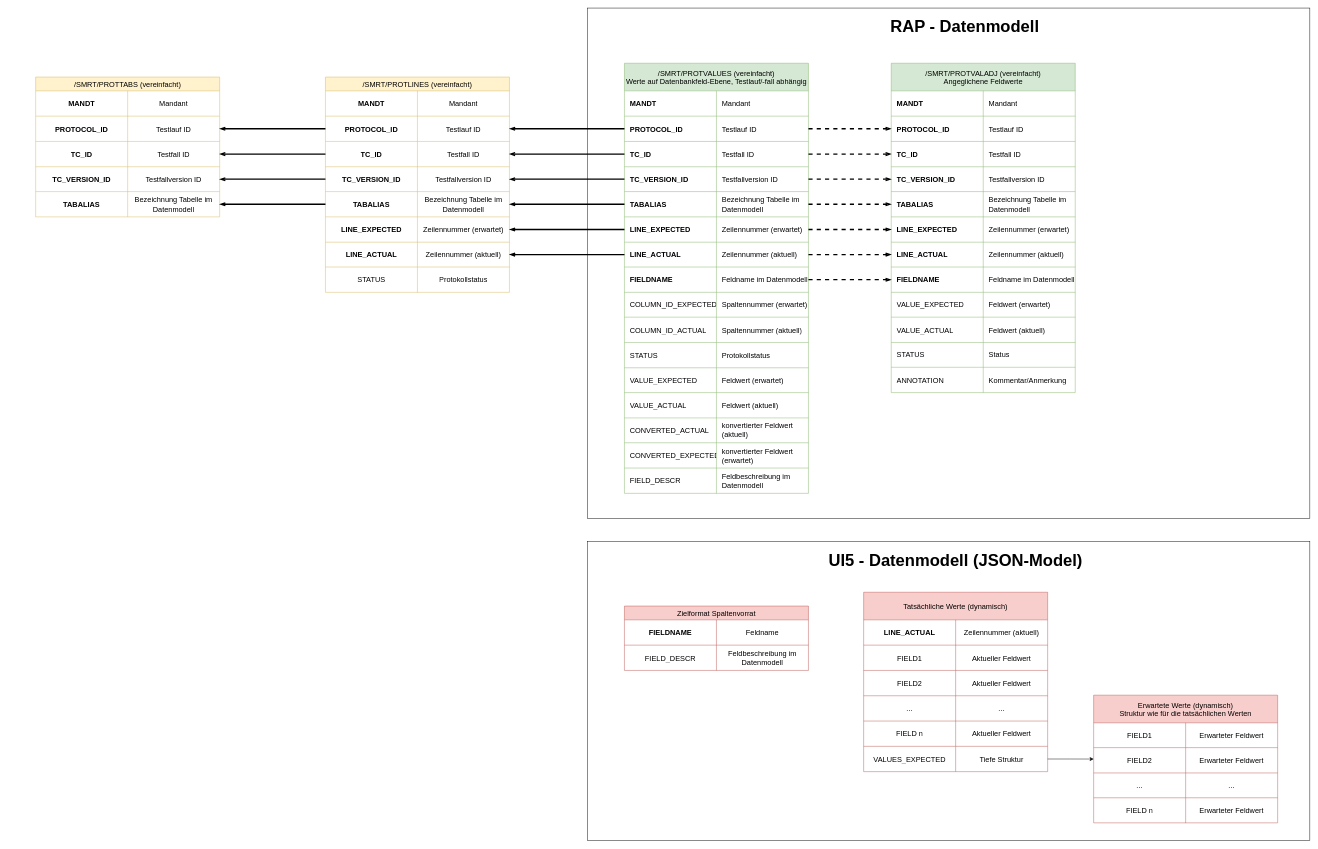
This is Strukturierte Ansicht DatenModell.drawio from Raaphaaa/UI5-Playground, a draw.io file, before an edit. Source tidied: cells renumbered, new cells numbered last; positions are measured from the earlier drawing's top-left corner, leaving out a move shared by most shapes. Both pictures are drawn from the tidied source at 46%, with x=0, y=0 at pixel (35, 8).
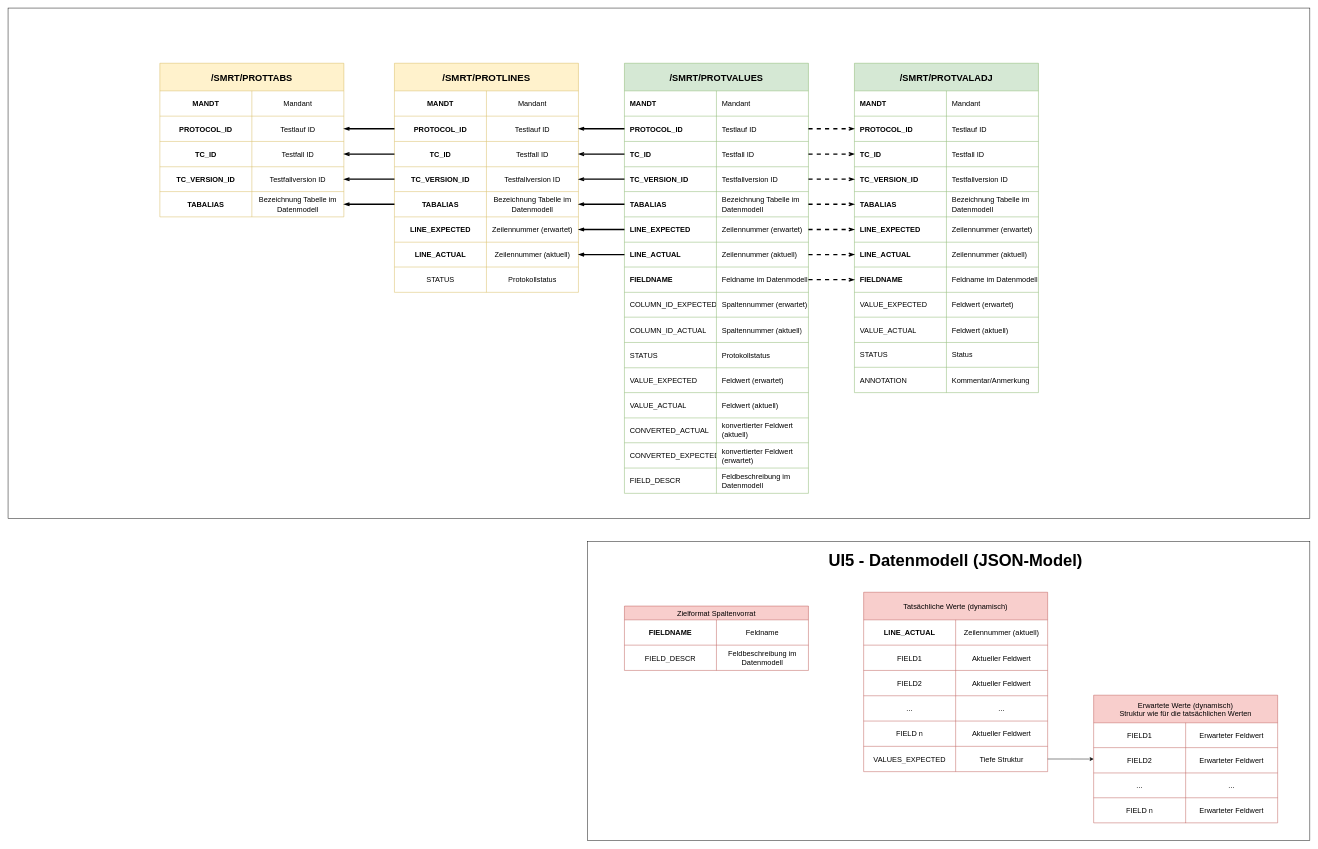
The same diagram, later.

Change to the diagram source:
```diff
@@
     <mxCell id="2" style="rounded=0;whiteSpace=wrap;html=1;" parent="1" vertex="1">
-      <mxGeometry x="1200" width="1570" height="1110" as="geometry" />
+      <mxGeometry x="-60" width="2830" height="1110" as="geometry" />
     </mxCell>
@@
-    <mxCell id="4" value="/SMRT/PROTVALUES (vereinfacht)&#10;Werte auf Datenbankfeld-Ebene, Testlauf/-fall abhängig" style="shape=table;startSize=60;childLayout=tableLayout;strokeColor=#82b366;fontSize=16;fillColor=#d5e8d4;" parent="1" vertex="1">
+    <mxCell id="4" value="/SMRT/PROTVALUES" style="shape=table;startSize=60;childLayout=tableLayout;strokeColor=#82b366;fontSize=20;fillColor=#d5e8d4;fontStyle=1;" parent="1" vertex="1">
       <mxGeometry x="1280" y="120" width="400" height="935" as="geometry" />
     </mxCell>
@@
-    <mxCell id="53" value="/SMRT/PROTLINES (vereinfacht)" style="shape=table;startSize=30;childLayout=tableLayout;strokeColor=#d6b656;fontSize=16;fillColor=#fff2cc;" parent="1" vertex="1">
-      <mxGeometry x="630" y="150" width="400" height="468" as="geometry" />
+    <mxCell id="53" value="/SMRT/PROTLINES" style="shape=table;startSize=60;childLayout=tableLayout;strokeColor=#d6b656;fontSize=21;fillColor=#fff2cc;fontStyle=1;" parent="1" vertex="1">
+      <mxGeometry x="780" y="120" width="400" height="498" as="geometry" />
     </mxCell>
     <mxCell id="54" style="shape=tableRow;horizontal=0;startSize=0;swimlaneHead=0;swimlaneBody=0;strokeColor=inherit;top=0;left=0;bottom=0;right=0;fillColor=none;fontSize=16;" parent="53" vertex="1">
-      <mxGeometry y="30" width="400" height="55" as="geometry" />
+      <mxGeometry y="60" width="400" height="55" as="geometry" />
     </mxCell>
@@
     <mxCell id="57" style="shape=tableRow;horizontal=0;startSize=0;swimlaneHead=0;swimlaneBody=0;strokeColor=inherit;top=0;left=0;bottom=0;right=0;fillColor=none;points=[[0,0.5],[1,0.5]];portConstraint=eastwest;fontSize=16;" parent="53" vertex="1">
-      <mxGeometry y="85" width="400" height="55" as="geometry" />
+      <mxGeometry y="115" width="400" height="55" as="geometry" />
     </mxCell>
@@
     <mxCell id="60" style="shape=tableRow;horizontal=0;startSize=0;swimlaneHead=0;swimlaneBody=0;strokeColor=inherit;top=0;left=0;bottom=0;right=0;fillColor=none;points=[[0,0.5],[1,0.5]];portConstraint=eastwest;fontSize=16;" parent="53" vertex="1">
-      <mxGeometry y="140" width="400" height="55" as="geometry" />
+      <mxGeometry y="170" width="400" height="55" as="geometry" />
     </mxCell>
@@
     <mxCell id="63" style="shape=tableRow;horizontal=0;startSize=0;swimlaneHead=0;swimlaneBody=0;strokeColor=inherit;top=0;left=0;bottom=0;right=0;fillColor=none;points=[[0,0.5],[1,0.5]];portConstraint=eastwest;fontSize=16;" parent="53" vertex="1">
-      <mxGeometry y="195" width="400" height="54" as="geometry" />
+      <mxGeometry y="225" width="400" height="54" as="geometry" />
     </mxCell>
@@
     <mxCell id="66" style="shape=tableRow;horizontal=0;startSize=0;swimlaneHead=0;swimlaneBody=0;strokeColor=inherit;top=0;left=0;bottom=0;right=0;fillColor=none;points=[[0,0.5],[1,0.5]];portConstraint=eastwest;fontSize=16;" parent="53" vertex="1">
-      <mxGeometry y="249" width="400" height="55" as="geometry" />
+      <mxGeometry y="279" width="400" height="55" as="geometry" />
     </mxCell>
@@
     <mxCell id="69" style="shape=tableRow;horizontal=0;startSize=0;swimlaneHead=0;swimlaneBody=0;strokeColor=inherit;top=0;left=0;bottom=0;right=0;fillColor=none;points=[[0,0.5],[1,0.5]];portConstraint=eastwest;fontSize=16;" parent="53" vertex="1">
-      <mxGeometry y="304" width="400" height="55" as="geometry" />
+      <mxGeometry y="334" width="400" height="55" as="geometry" />
     </mxCell>
@@
     <mxCell id="72" style="shape=tableRow;horizontal=0;startSize=0;swimlaneHead=0;swimlaneBody=0;strokeColor=inherit;top=0;left=0;bottom=0;right=0;fillColor=none;points=[[0,0.5],[1,0.5]];portConstraint=eastwest;fontSize=16;" parent="53" vertex="1">
-      <mxGeometry y="359" width="400" height="54" as="geometry" />
+      <mxGeometry y="389" width="400" height="54" as="geometry" />
     </mxCell>
@@
     <mxCell id="75" style="shape=tableRow;horizontal=0;startSize=0;swimlaneHead=0;swimlaneBody=0;strokeColor=inherit;top=0;left=0;bottom=0;right=0;fillColor=none;fontSize=16;" parent="53" vertex="1">
-      <mxGeometry y="413" width="400" height="55" as="geometry" />
+      <mxGeometry y="443" width="400" height="55" as="geometry" />
     </mxCell>
@@
-    <mxCell id="84" value="/SMRT/PROTTABS (vereinfacht)" style="shape=table;startSize=30;childLayout=tableLayout;strokeColor=#d6b656;fontSize=16;fillColor=#fff2cc;" parent="1" vertex="1">
-      <mxGeometry y="150" width="400" height="304" as="geometry" />
+    <mxCell id="84" value="/SMRT/PROTTABS" style="shape=table;startSize=60;childLayout=tableLayout;strokeColor=#d6b656;fontSize=20;fillColor=#fff2cc;fontStyle=1;" parent="1" vertex="1">
+      <mxGeometry x="270" y="120" width="400" height="334" as="geometry" />
     </mxCell>
     <mxCell id="85" style="shape=tableRow;horizontal=0;startSize=0;swimlaneHead=0;swimlaneBody=0;strokeColor=inherit;top=0;left=0;bottom=0;right=0;fillColor=none;fontSize=16;" parent="84" vertex="1">
-      <mxGeometry y="30" width="400" height="55" as="geometry" />
+      <mxGeometry y="60" width="400" height="55" as="geometry" />
     </mxCell>
@@
     <mxCell id="88" style="shape=tableRow;horizontal=0;startSize=0;swimlaneHead=0;swimlaneBody=0;strokeColor=inherit;top=0;left=0;bottom=0;right=0;fillColor=none;points=[[0,0.5],[1,0.5]];portConstraint=eastwest;fontSize=16;" parent="84" vertex="1">
-      <mxGeometry y="85" width="400" height="55" as="geometry" />
+      <mxGeometry y="115" width="400" height="55" as="geometry" />
     </mxCell>
@@
     <mxCell id="91" style="shape=tableRow;horizontal=0;startSize=0;swimlaneHead=0;swimlaneBody=0;strokeColor=inherit;top=0;left=0;bottom=0;right=0;fillColor=none;points=[[0,0.5],[1,0.5]];portConstraint=eastwest;fontSize=16;" parent="84" vertex="1">
-      <mxGeometry y="140" width="400" height="55" as="geometry" />
+      <mxGeometry y="170" width="400" height="55" as="geometry" />
     </mxCell>
@@
     <mxCell id="94" style="shape=tableRow;horizontal=0;startSize=0;swimlaneHead=0;swimlaneBody=0;strokeColor=inherit;top=0;left=0;bottom=0;right=0;fillColor=none;points=[[0,0.5],[1,0.5]];portConstraint=eastwest;fontSize=16;" parent="84" vertex="1">
-      <mxGeometry y="195" width="400" height="54" as="geometry" />
+      <mxGeometry y="225" width="400" height="54" as="geometry" />
     </mxCell>
@@
     <mxCell id="97" style="shape=tableRow;horizontal=0;startSize=0;swimlaneHead=0;swimlaneBody=0;strokeColor=inherit;top=0;left=0;bottom=0;right=0;fillColor=none;points=[[0,0.5],[1,0.5]];portConstraint=eastwest;fontSize=16;" parent="84" vertex="1">
-      <mxGeometry y="249" width="400" height="55" as="geometry" />
+      <mxGeometry y="279" width="400" height="55" as="geometry" />
     </mxCell>
@@
-    <mxCell id="147" value="/SMRT/PROTVALADJ (vereinfacht)&#10;Angeglichene Feldwerte" style="shape=table;startSize=60;childLayout=tableLayout;strokeColor=#82b366;fontSize=16;fillColor=#d5e8d4;" parent="1" vertex="1">
-      <mxGeometry x="1860" y="120" width="400" height="716" as="geometry" />
+    <mxCell id="147" value="/SMRT/PROTVALADJ" style="shape=table;startSize=60;childLayout=tableLayout;strokeColor=#82b366;fontSize=20;fillColor=#d5e8d4;fontStyle=1;" parent="1" vertex="1">
+      <mxGeometry x="1780" y="120" width="400" height="716" as="geometry" />
     </mxCell>
@@
-    <mxCell id="189" value="&lt;b&gt;&lt;font style=&quot;font-size: 36px;&quot;&gt;RAP - Datenmodell&lt;/font&gt;&lt;/b&gt;" style="text;html=1;whiteSpace=wrap;strokeColor=none;fillColor=none;align=center;verticalAlign=middle;rounded=0;" parent="1" vertex="1">
-      <mxGeometry x="1830" y="10" width="380" height="60" as="geometry" />
-    </mxCell>
```
